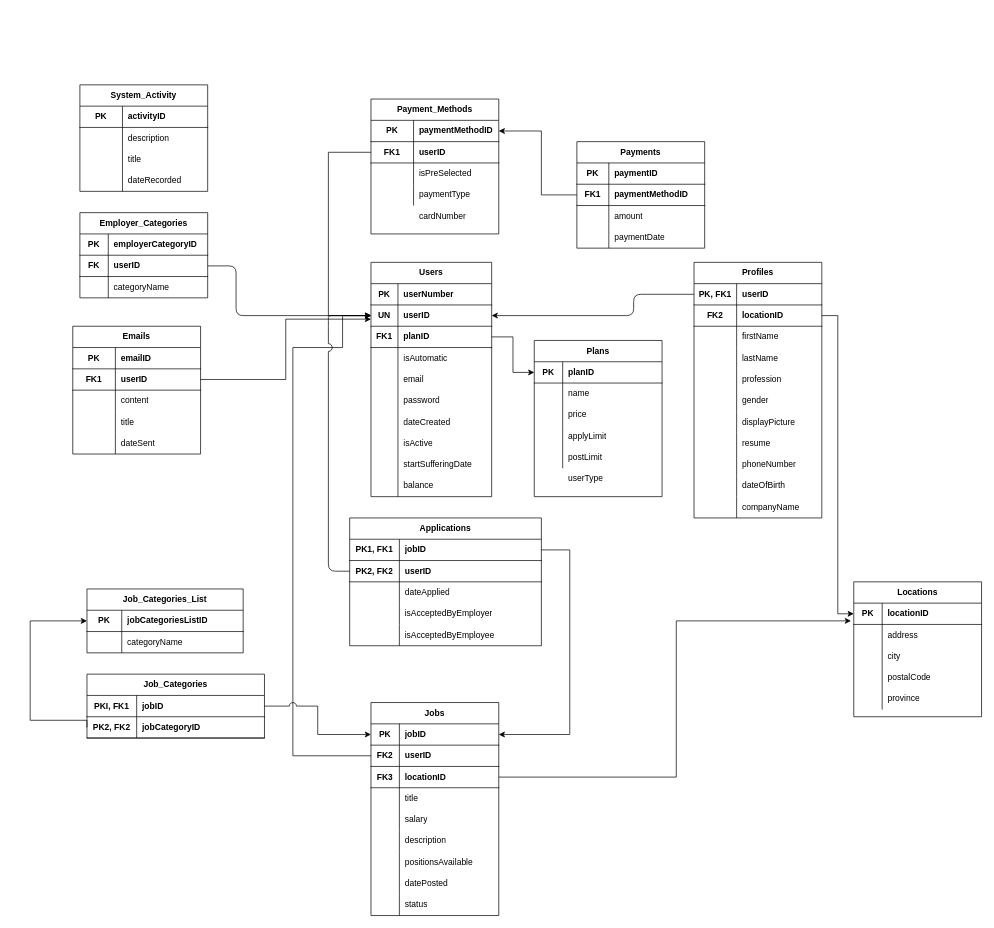
Earlier version of the draw.io diagram docs/DBProject-Relational-Schema.drawio (gordonpn/web-career-portal-clone). Source tidied: cells renumbered, new cells numbered last; positions are measured from the earlier drawing's top-left corner, leaving out a move shared by most shapes. Both pictures are drawn from the tidied source at 71%, with x=0, y=0 at pixel (30, 84).
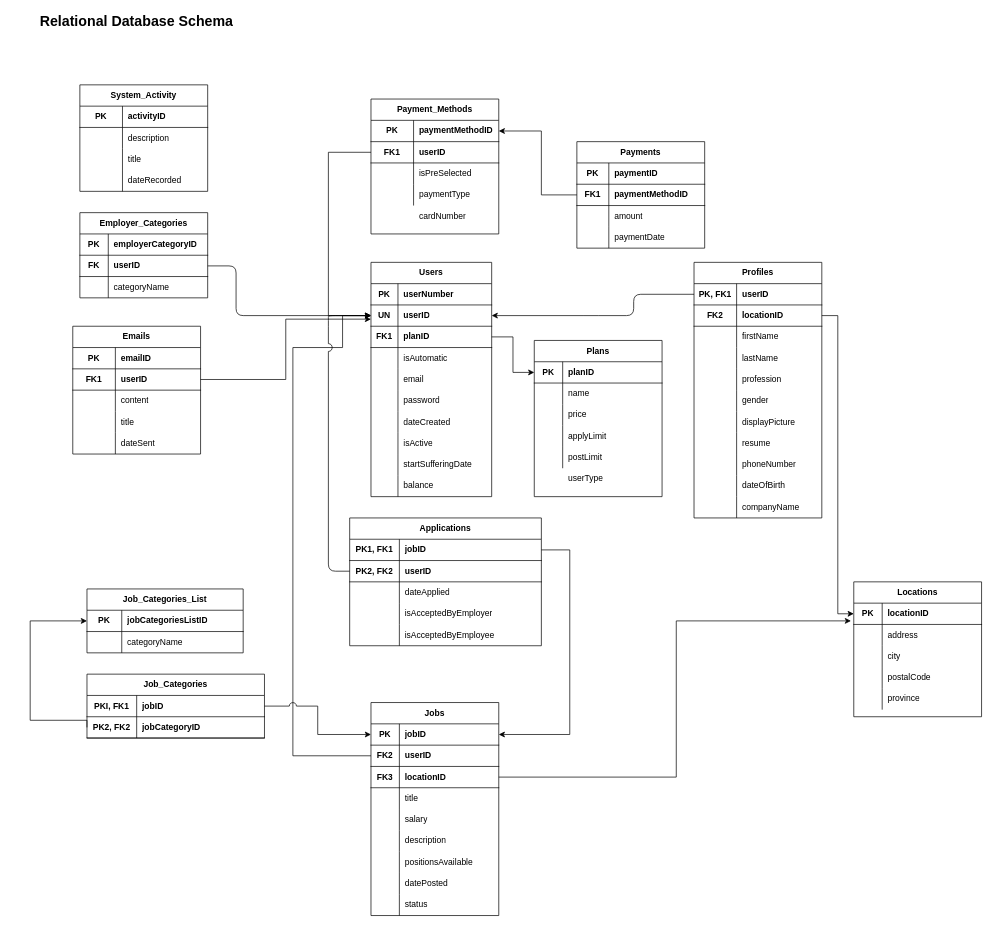
The same diagram, later.

Change to the diagram source:
```diff
@@
+    <mxCell id="238" value="Relational Database Schema" style="text;html=1;strokeColor=none;fillColor=none;align=center;verticalAlign=middle;whiteSpace=wrap;rounded=0;fontSize=20;fontStyle=1;" parent="1" vertex="1">
+      <mxGeometry x="-25" y="-100" width="350" height="20" as="geometry" />
+    </mxCell>
```
